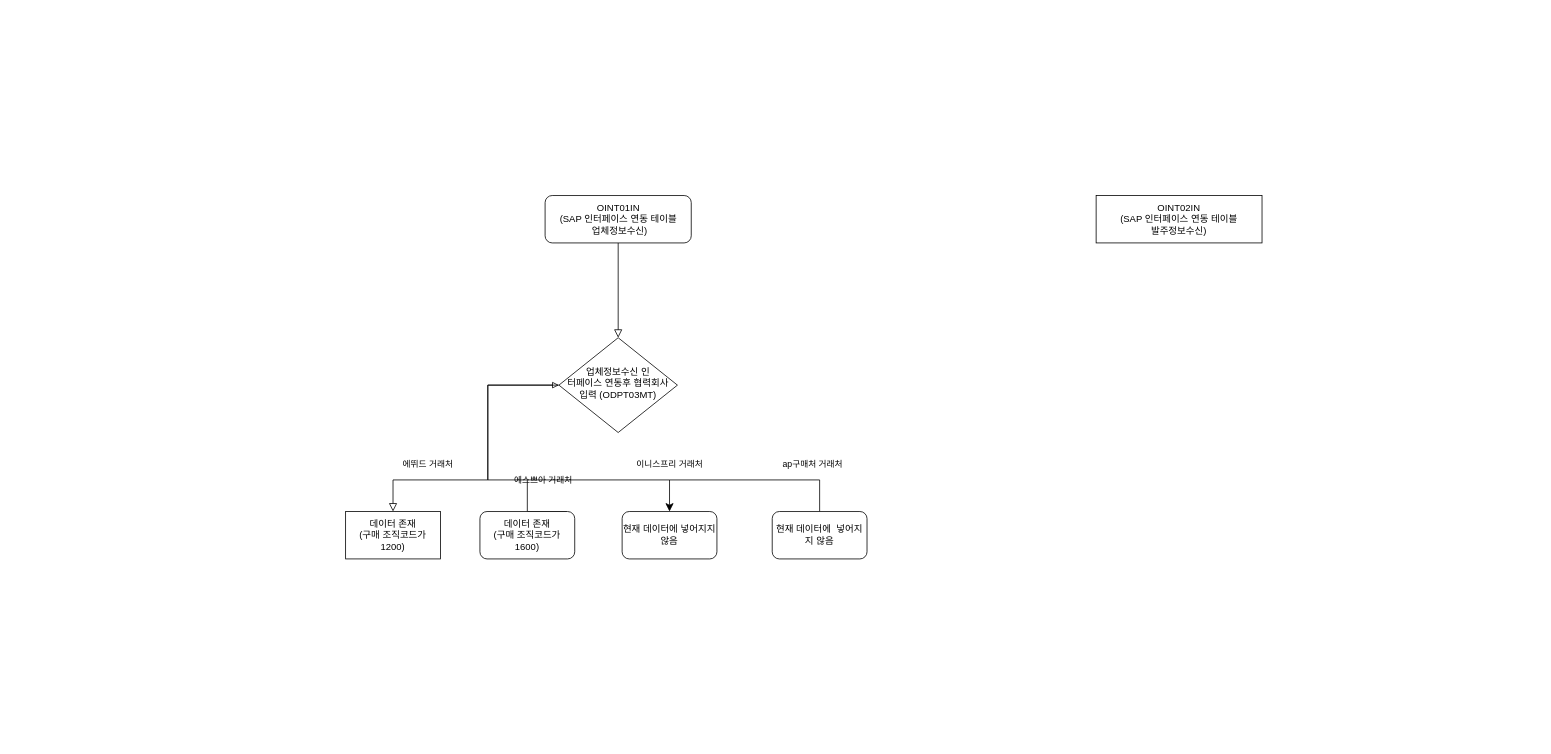
The draw.io diagram 제목 없는 다이어그램.drawio in jeahuck/yang, before the edit. Source tidied: cells renumbered, new cells numbered last; positions are measured from the earlier drawing's top-left corner, leaving out a move shared by most shapes. Both pictures are drawn from the tidied source at 79%, with x=0, y=0 at pixel (345, 195).
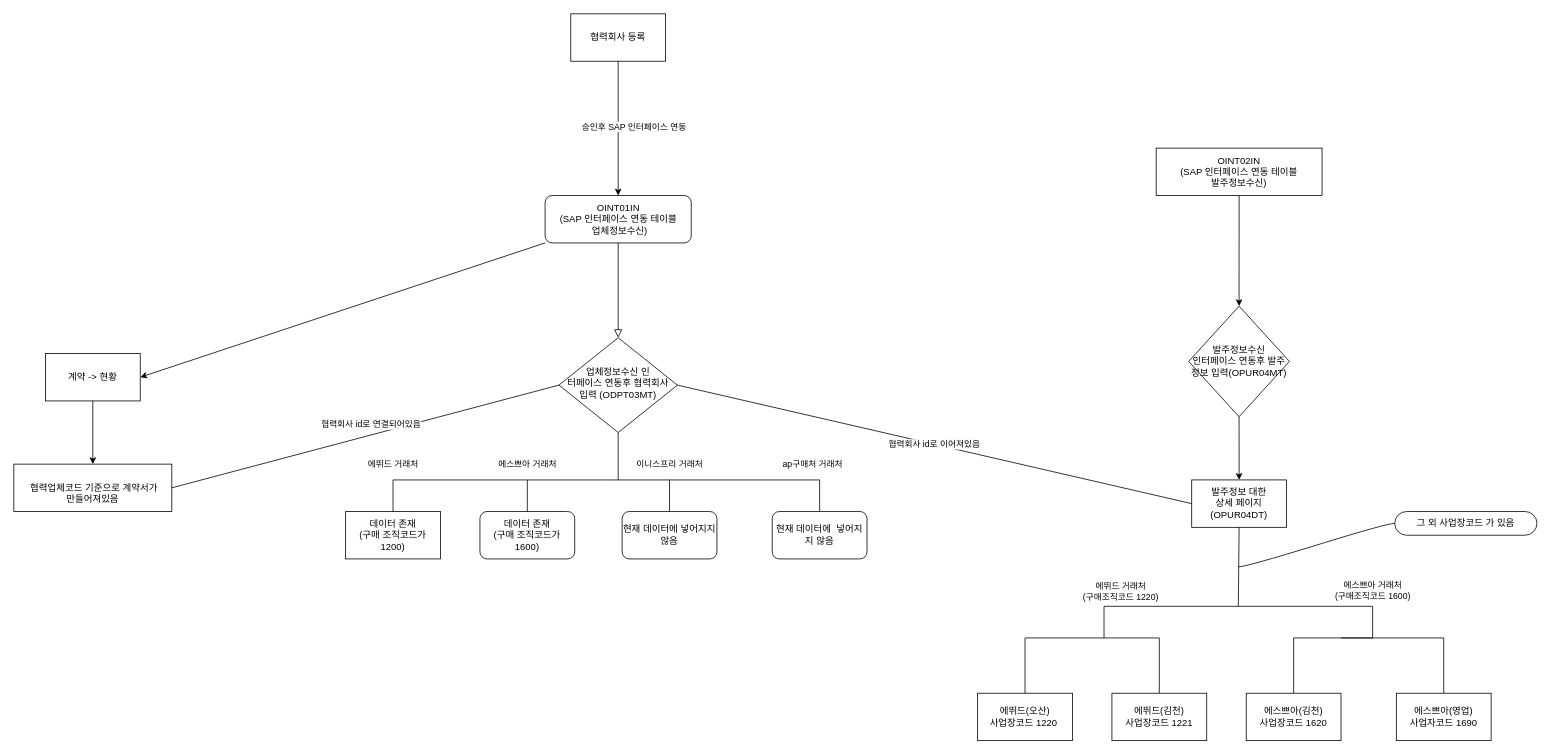
The same diagram, later.

Commit message:
제목 없는 다이어그램.drawio 업데이트

The change refers to these unchanged cells:
```xml
<mxCell id="3" value="OINT01IN&lt;br&gt;(SAP 인터페이스 연동 테이블&lt;br&gt;&amp;nbsp;업체정보수신)" style="rounded=1;whiteSpace=wrap;html=1;fontSize=12;glass=0;strokeWidth=1;shadow=0;labelBackgroundColor=none;" parent="1" vertex="1">
  <mxGeometry x="252.5" width="185" height="60" as="geometry" />
</mxCell>
<mxCell id="6" value="업체정보수신 인&lt;br&gt;터페이스 연동후 협력회사&lt;br&gt;입력 (ODPT03MT)" style="rhombus;whiteSpace=wrap;html=1;shadow=0;fontFamily=Helvetica;fontSize=12;align=center;strokeWidth=1;spacing=6;spacingTop=-4;labelBackgroundColor=none;" parent="1" vertex="1">
  <mxGeometry x="270" y="180" width="150" height="120" as="geometry" />
</mxCell>
<mxCell id="7" value="데이터 존재&lt;br&gt;(구매 조직코드가 1600)" style="rounded=1;whiteSpace=wrap;html=1;fontSize=12;glass=0;strokeWidth=1;shadow=0;labelBackgroundColor=none;" parent="1" vertex="1">
  <mxGeometry x="170" y="400" width="120" height="60" as="geometry" />
</mxCell>
<mxCell id="9" value="현재 데이터에 넣어지지 않음" style="rounded=1;whiteSpace=wrap;html=1;" parent="1" vertex="1">
  <mxGeometry x="350" y="400" width="120" height="60" as="geometry" />
</mxCell>
<mxCell id="12" value="데이터 존재&lt;br&gt;(구매 조직코드가 1200)" style="rounded=0;whiteSpace=wrap;html=1;" parent="1" vertex="1">
  <mxGeometry y="400" width="120" height="60" as="geometry" />
</mxCell>
```

Diff of the diagram source:
```diff
@@
-    <mxCell id="4" value="에뛰드 거래처" style="rounded=0;html=1;jettySize=auto;fontSize=11;endArrow=block;endFill=0;endSize=8;strokeWidth=1;shadow=0;labelBackgroundColor=none;edgeStyle=orthogonalEdgeStyle;fontColor=default;" parent="1" edge="1" source="6">
-      <mxGeometry x="0.6" y="-10" relative="1" as="geometry">
-        <mxPoint x="60" y="400" as="targetPoint" />
-        <Array as="points">
-          <mxPoint x="180" y="360" />
-          <mxPoint x="60" y="360" />
-        </Array>
-        <mxPoint x="10" y="-10" as="offset" />
-      </mxGeometry>
-    </mxCell>
-    <mxCell id="5" value="에스쁘아 거래처" style="edgeStyle=orthogonalEdgeStyle;rounded=0;jettySize=auto;fontSize=11;endArrow=block;endFill=0;strokeWidth=1;shadow=0;labelBackgroundColor=none;fillOpacity=100;html=1;fontColor=default;" parent="1" edge="1" target="6">
-      <mxGeometry x="-0.49" y="-20" relative="1" as="geometry">
-        <mxPoint x="280" y="400" as="sourcePoint" />
-        <Array as="points">
-          <mxPoint x="230" y="400" />
-          <mxPoint x="230" y="360" />
-          <mxPoint x="180" y="360" />
-          <mxPoint x="180" y="240" />
-        </Array>
-      </mxGeometry>
-    </mxCell>
@@
-    <mxCell id="8" value="이니스프리 거래처" style="endArrow=classic;html=1;rounded=0;shadow=0;labelBackgroundColor=none;strokeWidth=1;fontFamily=Helvetica;fontSize=11;fontColor=default;endSize=8;shape=connector;edgeStyle=elbowEdgeStyle;verticalAlign=middle;" parent="1" edge="1" target="9">
-      <mxGeometry x="0.64" y="-20" relative="1" as="geometry">
-        <mxPoint x="230" y="360" as="sourcePoint" />
-        <Array as="points">
-          <mxPoint x="410" y="380" />
-          <mxPoint x="390" y="380" />
-          <mxPoint x="430" y="340" />
-        </Array>
-        <mxPoint x="20" y="-20" as="offset" />
-      </mxGeometry>
-    </mxCell>
@@
     <mxCell id="13" value="OINT02IN&lt;br&gt;(SAP 인터페이스 연동 테이블&lt;br&gt;발주정보수신)" style="whiteSpace=wrap;html=1;" parent="1" vertex="1">
-      <mxGeometry x="950" width="210" height="60" as="geometry" />
+      <mxGeometry x="1026" y="-60" width="210" height="60" as="geometry" />
     </mxCell>
+    <mxCell id="14" style="endArrow=classic;html=1;rounded=0;exitX=0.5;exitY=1;exitDx=0;exitDy=0;entryX=0.5;entryY=0;entryDx=0;entryDy=0;" parent="1" edge="1" source="13" target="15">
+      <mxGeometry relative="1" as="geometry" />
+    </mxCell>
+    <mxCell id="15" value="발주정보수신 &lt;br&gt;인터페이스 연동후 발주정보 입력(OPUR04MT)" style="rhombus;whiteSpace=wrap;html=1;" parent="1" vertex="1">
+      <mxGeometry x="1067.2" y="140" width="127.5" height="140" as="geometry" />
+    </mxCell>
+    <mxCell id="16" value="발주정보 대한 &lt;br&gt;상세 페이지&lt;br&gt;(OPUR04DT)" style="rounded=0;whiteSpace=wrap;html=1;" parent="1" vertex="1">
+      <mxGeometry x="1071" y="360" width="120" height="60" as="geometry" />
+    </mxCell>
+    <mxCell id="17" style="endArrow=none;html=1;rounded=0;entryX=0.5;entryY=1;entryDx=0;entryDy=0;" parent="1" edge="1" target="6">
+      <mxGeometry relative="1" as="geometry">
+        <mxPoint x="345" y="360" as="sourcePoint" />
+      </mxGeometry>
+    </mxCell>
+    <mxCell id="4" value="에뛰드 거래처" style="endArrow=none;html=1;rounded=0;exitX=0.5;exitY=0;exitDx=0;exitDy=0;" parent="1" edge="1" source="12">
+      <mxGeometry x="-0.62" y="20" relative="1" as="geometry">
+        <mxPoint x="230" y="360" as="targetPoint" />
+        <Array as="points">
+          <mxPoint x="60" y="360" />
+        </Array>
+      </mxGeometry>
+    </mxCell>
+    <mxCell id="5" value="에스쁘아 거래처" style="endArrow=none;html=1;rounded=0;exitX=0.5;exitY=0;exitDx=0;exitDy=0;" parent="1" edge="1" source="7">
+      <mxGeometry x="1" y="20" relative="1" as="geometry">
+        <mxPoint x="230" y="360" as="targetPoint" />
+        <mxPoint x="20" y="-20" as="offset" />
+      </mxGeometry>
+    </mxCell>
+    <mxCell id="8" value="이니스프리 거래처" style="endArrow=none;html=1;rounded=0;entryX=0.5;entryY=0;entryDx=0;entryDy=0;" parent="1" edge="1" target="9">
+      <mxGeometry x="0.64" y="-20" relative="1" as="geometry">
+        <mxPoint x="230" y="360" as="sourcePoint" />
+        <Array as="points">
+          <mxPoint x="330" y="360" />
+          <mxPoint x="410" y="360" />
+        </Array>
+        <mxPoint x="20" y="-20" as="offset" />
+      </mxGeometry>
+    </mxCell>
+    <mxCell id="18" style="endArrow=classic;html=1;rounded=0;entryX=0.5;entryY=0;entryDx=0;entryDy=0;exitX=0.5;exitY=1;exitDx=0;exitDy=0;" parent="1" edge="1" source="15" target="16">
+      <mxGeometry relative="1" as="geometry" />
+    </mxCell>
+    <mxCell id="19" style="endArrow=none;html=1;rounded=0;exitX=0.5;exitY=0;exitDx=0;exitDy=0;entryX=0.5;entryY=1;entryDx=0;entryDy=0;" parent="1" edge="1" source="21" target="16">
+      <mxGeometry relative="1" as="geometry">
+        <Array as="points">
+          <mxPoint x="860" y="560" />
+          <mxPoint x="960" y="560" />
+          <mxPoint x="960" y="520" />
+          <mxPoint x="1130" y="520" />
+        </Array>
+      </mxGeometry>
+    </mxCell>
+    <mxCell id="20" value="에뛰드 거래처&lt;br&gt;(구매조직코드 1220)" style="edgeLabel;html=1;align=center;verticalAlign=middle;" parent="19" vertex="1">
+      <mxGeometry x="-0.19" relative="1" as="geometry">
+        <mxPoint x="20" y="-36" as="offset" />
+      </mxGeometry>
+    </mxCell>
+    <mxCell id="21" value="에뛰드(오산)&lt;br&gt;사업장코드 1220&amp;nbsp;" style="rounded=0;whiteSpace=wrap;html=1;" parent="1" vertex="1">
+      <mxGeometry x="800" y="630" width="120" height="60" as="geometry" />
+    </mxCell>
+    <mxCell id="22" style="endArrow=none;html=1;rounded=0;" parent="1" edge="1" target="23">
+      <mxGeometry relative="1" as="geometry">
+        <mxPoint x="960" y="560" as="sourcePoint" />
+        <Array as="points">
+          <mxPoint x="1030" y="560" />
+        </Array>
+      </mxGeometry>
+    </mxCell>
+    <mxCell id="23" value="에뛰드(김천)&lt;br&gt;사업장코드 1221" style="rounded=0;whiteSpace=wrap;html=1;" parent="1" vertex="1">
+      <mxGeometry x="970" y="630" width="120" height="60" as="geometry" />
+    </mxCell>
+    <mxCell id="24" style="endArrow=none;html=1;rounded=0;" parent="1" edge="1" target="25">
+      <mxGeometry relative="1" as="geometry">
+        <mxPoint x="1130" y="520" as="sourcePoint" />
+        <Array as="points">
+          <mxPoint x="1300" y="520" />
+          <mxPoint x="1300" y="560" />
+          <mxPoint x="1200" y="560" />
+        </Array>
+      </mxGeometry>
+    </mxCell>
+    <mxCell id="25" value="에스쁘아(김천)&lt;br&gt;사업장코드 1620" style="rounded=0;whiteSpace=wrap;html=1;" parent="1" vertex="1">
+      <mxGeometry x="1140" y="630" width="120" height="60" as="geometry" />
+    </mxCell>
+    <mxCell id="26" value="에스쁘아 거래처&lt;br&gt;(구매조직코드 1600)" style="endArrow=none;html=1;rounded=0;" parent="1" edge="1" target="27">
+      <mxGeometry x="-0.6" y="60" relative="1" as="geometry">
+        <mxPoint x="1260" y="560" as="sourcePoint" />
+        <Array as="points">
+          <mxPoint x="1390" y="560" />
+        </Array>
+      </mxGeometry>
+    </mxCell>
+    <mxCell id="27" value="에스쁘아(영업)&lt;br&gt;사업자코드 1690" style="rounded=0;whiteSpace=wrap;html=1;" parent="1" vertex="1">
+      <mxGeometry x="1330" y="630" width="120" height="60" as="geometry" />
+    </mxCell>
+    <mxCell id="28" value="협력회사 등록" style="rounded=0;whiteSpace=wrap;html=1;" parent="1" vertex="1">
+      <mxGeometry x="285" y="-230" width="120" height="60" as="geometry" />
+    </mxCell>
+    <mxCell id="29" value="승인후 SAP 인터페이스 연동" style="endArrow=classic;html=1;rounded=0;exitX=0.5;exitY=1;exitDx=0;exitDy=0;entryX=0.5;entryY=0;entryDx=0;entryDy=0;" parent="1" edge="1" source="28" target="3">
+      <mxGeometry x="-0.02" y="20" relative="1" as="geometry">
+        <Array as="points">
+          <mxPoint x="345" y="-80" />
+        </Array>
+      </mxGeometry>
+    </mxCell>
+    <mxCell id="30" style="endArrow=classic;html=1;rounded=0;exitX=0;exitY=1;exitDx=0;exitDy=0;entryX=1;entryY=0.5;entryDx=0;entryDy=0;" parent="1" edge="1" source="3" target="31">
+      <mxGeometry relative="1" as="geometry" />
+    </mxCell>
+    <mxCell id="31" value="계약 -&amp;gt; 현황" style="rounded=0;whiteSpace=wrap;html=1;" parent="1" vertex="1">
+      <mxGeometry x="-380" y="200" width="120" height="60" as="geometry" />
+    </mxCell>
+    <mxCell id="32" value="&lt;br&gt;&amp;nbsp;협력업체코드 기준으로 계약서가 &lt;br&gt;만들어져있음" style="rounded=0;whiteSpace=wrap;html=1;" parent="1" vertex="1">
+      <mxGeometry x="-420" y="340" width="200" height="60" as="geometry" />
+    </mxCell>
+    <mxCell id="33" style="endArrow=classic;html=1;rounded=0;exitX=0.5;exitY=1;exitDx=0;exitDy=0;entryX=0.5;entryY=0;entryDx=0;entryDy=0;" parent="1" edge="1" source="31" target="32">
+      <mxGeometry relative="1" as="geometry" />
+    </mxCell>
+    <mxCell id="34" style="endArrow=none;html=1;rounded=0;exitX=1;exitY=0.5;exitDx=0;exitDy=0;entryX=0;entryY=0.5;entryDx=0;entryDy=0;" parent="1" edge="1" source="32" target="6">
+      <mxGeometry relative="1" as="geometry" />
+    </mxCell>
+    <mxCell id="35" value="협력회사 id로 연결되어있음" style="edgeLabel;html=1;align=center;verticalAlign=middle;" parent="34" vertex="1">
+      <mxGeometry x="-0.09" y="-1" relative="1" as="geometry">
+        <mxPoint x="28" y="-22" as="offset" />
+      </mxGeometry>
+    </mxCell>
+    <mxCell id="36" value="그 외 사업장코드 가 있음" style="whiteSpace=wrap;html=1;rounded=1;arcSize=50;align=center;verticalAlign=middle;strokeWidth=1;spacing=4;newEdgeStyle={&quot;edgeStyle&quot;:&quot;entityRelationEdgeStyle&quot;,&quot;startArrow&quot;:&quot;none&quot;,&quot;endArrow&quot;:&quot;none&quot;,&quot;segment&quot;:10,&quot;curved&quot;:1,&quot;sourcePerimeterSpacing&quot;:0,&quot;targetPerimeterSpacing&quot;:0};" parent="1" vertex="1">
+      <mxGeometry x="1328" y="400" width="180" height="30" as="geometry" />
+    </mxCell>
+    <mxCell id="37" style="edgeStyle=entityRelationEdgeStyle;startArrow=none;endArrow=none;segment=10;curved=1;sourcePerimeterSpacing=0;targetPerimeterSpacing=0;rounded=0;" parent="1" edge="1" target="36">
+      <mxGeometry relative="1" as="geometry">
+        <mxPoint x="1130" y="470" as="sourcePoint" />
+      </mxGeometry>
+    </mxCell>
+    <mxCell id="38" value="협력회사 id로 이어져있음" style="endArrow=none;html=1;rounded=0;exitX=1;exitY=0.5;exitDx=0;exitDy=0;entryX=0;entryY=0.5;entryDx=0;entryDy=0;" parent="1" edge="1" source="6" target="16">
+      <mxGeometry relative="1" as="geometry" />
+    </mxCell>
```
